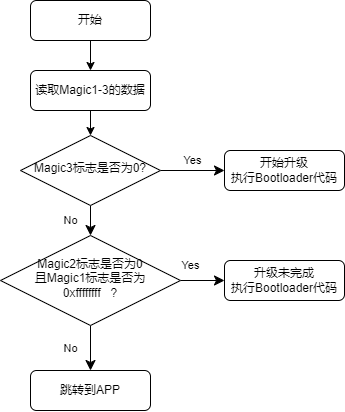
Aladdin-Wang/MicroBoot keeps this draw.io diagram as docs/images/NewUpada.png. Above is the earlier version. Source tidied: cells renumbered, new cells last; positions are measured from the earlier drawing's top-left corner, leaving out a move shared by most shapes. Its diagram source:
```xml
<mxGraphModel>
  <root>
    <mxCell id="0" />
    <mxCell id="1" parent="0" />
    <mxCell id="2" style="edgeStyle=orthogonalEdgeStyle;rounded=0;jettySize=auto;html=1;" parent="1" edge="1" source="3" target="14">
      <mxGeometry relative="1" as="geometry" />
    </mxCell>
    <mxCell id="3" value="开始" style="rounded=1;whiteSpace=wrap;html=1;fontSize=12;glass=0;strokeWidth=1;shadow=0;" parent="1" vertex="1">
      <mxGeometry x="30" width="120" height="40" as="geometry" />
    </mxCell>
    <mxCell id="4" value="No" style="rounded=0;html=1;jettySize=auto;fontSize=11;endArrow=classic;endFill=1;endSize=8;strokeWidth=1;shadow=0;labelBackgroundColor=none;edgeStyle=orthogonalEdgeStyle;" parent="1" edge="1" source="6" target="10">
      <mxGeometry y="20" relative="1" as="geometry" />
    </mxCell>
    <mxCell id="5" value="Yes" style="edgeStyle=orthogonalEdgeStyle;rounded=0;html=1;jettySize=auto;fontSize=11;endArrow=classic;endFill=1;endSize=8;strokeWidth=1;shadow=0;labelBackgroundColor=none;" parent="1" edge="1" source="6" target="7">
      <mxGeometry x="-0.01" y="10" relative="1" as="geometry" />
    </mxCell>
    <mxCell id="6" value="Magic3标志是否为0?" style="rhombus;whiteSpace=wrap;html=1;shadow=0;fontFamily=Helvetica;fontSize=12;align=center;strokeWidth=1;spacing=6;spacingTop=-4;" parent="1" vertex="1">
      <mxGeometry x="20" y="135" width="140" height="70" as="geometry" />
    </mxCell>
    <mxCell id="7" value="&lt;div&gt;开始升级&lt;/div&gt;执行Bootloader代码" style="rounded=1;whiteSpace=wrap;html=1;fontSize=12;glass=0;strokeWidth=1;shadow=0;" parent="1" vertex="1">
      <mxGeometry x="224" y="150" width="120" height="40" as="geometry" />
    </mxCell>
    <mxCell id="8" value="No" style="rounded=0;html=1;jettySize=auto;fontSize=11;endArrow=classic;endFill=1;endSize=8;strokeWidth=1;shadow=0;labelBackgroundColor=none;edgeStyle=orthogonalEdgeStyle;" parent="1" edge="1" source="10" target="11">
      <mxGeometry y="-20" relative="1" as="geometry" />
    </mxCell>
    <mxCell id="9" value="Yes" style="edgeStyle=orthogonalEdgeStyle;rounded=0;html=1;jettySize=auto;fontSize=11;endArrow=classic;endFill=1;endSize=8;strokeWidth=1;shadow=0;labelBackgroundColor=none;" parent="1" edge="1" source="10" target="12">
      <mxGeometry x="-0.55" y="15" relative="1" as="geometry" />
    </mxCell>
    <mxCell id="10" value="Magic2标志是否为0&lt;div style=&quot;&quot;&gt;且Magic1标志是否为&lt;br&gt;&lt;/div&gt;&lt;div style=&quot;&quot;&gt;0xffffffff&amp;nbsp; &amp;nbsp;?&lt;/div&gt;" style="rhombus;whiteSpace=wrap;html=1;shadow=0;fontFamily=Helvetica;fontSize=12;align=center;strokeWidth=1;spacing=6;spacingTop=-4;" parent="1" vertex="1">
      <mxGeometry y="235" width="180" height="90" as="geometry" />
    </mxCell>
    <mxCell id="11" value="跳转到APP" style="rounded=1;whiteSpace=wrap;html=1;fontSize=12;glass=0;strokeWidth=1;shadow=0;" parent="1" vertex="1">
      <mxGeometry x="30" y="370" width="120" height="40" as="geometry" />
    </mxCell>
    <mxCell id="12" value="&lt;div&gt;升级未完成&lt;/div&gt;执行Bootloader代码" style="rounded=1;whiteSpace=wrap;html=1;fontSize=12;glass=0;strokeWidth=1;shadow=0;" parent="1" vertex="1">
      <mxGeometry x="224" y="260" width="120" height="40" as="geometry" />
    </mxCell>
    <mxCell id="13" style="edgeStyle=orthogonalEdgeStyle;rounded=0;jettySize=auto;html=1;" parent="1" edge="1" source="14" target="6">
      <mxGeometry relative="1" as="geometry" />
    </mxCell>
    <mxCell id="14" value="读取Magic1-3的数据" style="rounded=1;whiteSpace=wrap;html=1;fontSize=12;glass=0;strokeWidth=1;shadow=0;" parent="1" vertex="1">
      <mxGeometry x="30" y="70" width="120" height="40" as="geometry" />
    </mxCell>
  </root>
</mxGraphModel>
```
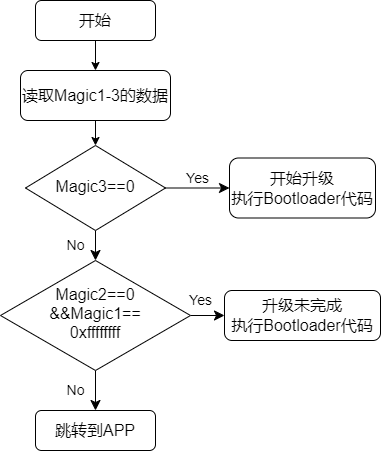
Later version of the same file.

What changed in the source:
```diff
@@ -5,41 +5,41 @@
     <mxCell id="2" style="edgeStyle=orthogonalEdgeStyle;rounded=0;jettySize=auto;html=1;" parent="1" edge="1" source="3" target="14">
       <mxGeometry relative="1" as="geometry" />
     </mxCell>
-    <mxCell id="3" value="开始" style="rounded=1;whiteSpace=wrap;html=1;fontSize=12;glass=0;strokeWidth=1;shadow=0;" parent="1" vertex="1">
-      <mxGeometry x="30" width="120" height="40" as="geometry" />
+    <mxCell id="3" value="&lt;font style=&quot;font-size: 16px;&quot;&gt;开始&lt;/font&gt;" style="rounded=1;whiteSpace=wrap;html=1;fontSize=12;glass=0;strokeWidth=1;shadow=0;" parent="1" vertex="1">
+      <mxGeometry x="30" y="-10" width="120" height="40" as="geometry" />
     </mxCell>
-    <mxCell id="4" value="No" style="rounded=0;html=1;jettySize=auto;fontSize=11;endArrow=classic;endFill=1;endSize=8;strokeWidth=1;shadow=0;labelBackgroundColor=none;edgeStyle=orthogonalEdgeStyle;" parent="1" edge="1" source="6" target="10">
+    <mxCell id="4" value="&lt;font style=&quot;font-size: 14px;&quot;&gt;No&lt;/font&gt;" style="rounded=0;html=1;jettySize=auto;fontSize=11;endArrow=classic;endFill=1;endSize=8;strokeWidth=1;shadow=0;labelBackgroundColor=none;edgeStyle=orthogonalEdgeStyle;" parent="1" edge="1" source="6" target="10">
       <mxGeometry y="20" relative="1" as="geometry" />
     </mxCell>
-    <mxCell id="5" value="Yes" style="edgeStyle=orthogonalEdgeStyle;rounded=0;html=1;jettySize=auto;fontSize=11;endArrow=classic;endFill=1;endSize=8;strokeWidth=1;shadow=0;labelBackgroundColor=none;" parent="1" edge="1" source="6" target="7">
+    <mxCell id="5" value="&lt;font style=&quot;font-size: 14px;&quot;&gt;Yes&lt;/font&gt;" style="edgeStyle=orthogonalEdgeStyle;rounded=0;html=1;jettySize=auto;fontSize=11;endArrow=classic;endFill=1;endSize=8;strokeWidth=1;shadow=0;labelBackgroundColor=none;" parent="1" edge="1" source="6" target="7">
       <mxGeometry x="-0.01" y="10" relative="1" as="geometry" />
     </mxCell>
-    <mxCell id="6" value="Magic3标志是否为0?" style="rhombus;whiteSpace=wrap;html=1;shadow=0;fontFamily=Helvetica;fontSize=12;align=center;strokeWidth=1;spacing=6;spacingTop=-4;" parent="1" vertex="1">
-      <mxGeometry x="20" y="135" width="140" height="70" as="geometry" />
+    <mxCell id="6" value="&lt;font style=&quot;font-size: 16px;&quot;&gt;Magic3==0&lt;/font&gt;" style="rhombus;whiteSpace=wrap;html=1;shadow=0;fontFamily=Helvetica;fontSize=12;align=center;strokeWidth=1;spacing=6;spacingTop=-4;" parent="1" vertex="1">
+      <mxGeometry x="20" y="135" width="140" height="85" as="geometry" />
     </mxCell>
-    <mxCell id="7" value="&lt;div&gt;开始升级&lt;/div&gt;执行Bootloader代码" style="rounded=1;whiteSpace=wrap;html=1;fontSize=12;glass=0;strokeWidth=1;shadow=0;" parent="1" vertex="1">
-      <mxGeometry x="224" y="150" width="120" height="40" as="geometry" />
+    <mxCell id="7" value="&lt;div style=&quot;font-size: 16px;&quot;&gt;&lt;font style=&quot;font-size: 16px;&quot;&gt;开始升级&lt;/font&gt;&lt;/div&gt;&lt;font style=&quot;font-size: 16px;&quot;&gt;执行Bootloader代码&lt;/font&gt;" style="rounded=1;whiteSpace=wrap;html=1;fontSize=12;glass=0;strokeWidth=1;shadow=0;" parent="1" vertex="1">
+      <mxGeometry x="224" y="147.5" width="146" height="60" as="geometry" />
     </mxCell>
-    <mxCell id="8" value="No" style="rounded=0;html=1;jettySize=auto;fontSize=11;endArrow=classic;endFill=1;endSize=8;strokeWidth=1;shadow=0;labelBackgroundColor=none;edgeStyle=orthogonalEdgeStyle;" parent="1" edge="1" source="10" target="11">
+    <mxCell id="8" value="&lt;font style=&quot;font-size: 14px;&quot;&gt;No&lt;/font&gt;" style="rounded=0;html=1;jettySize=auto;fontSize=11;endArrow=classic;endFill=1;endSize=8;strokeWidth=1;shadow=0;labelBackgroundColor=none;edgeStyle=orthogonalEdgeStyle;" parent="1" edge="1" source="10" target="11">
       <mxGeometry y="-20" relative="1" as="geometry" />
     </mxCell>
-    <mxCell id="9" value="Yes" style="edgeStyle=orthogonalEdgeStyle;rounded=0;html=1;jettySize=auto;fontSize=11;endArrow=classic;endFill=1;endSize=8;strokeWidth=1;shadow=0;labelBackgroundColor=none;" parent="1" edge="1" source="10" target="12">
+    <mxCell id="9" value="&lt;font style=&quot;font-size: 14px;&quot;&gt;Yes&lt;/font&gt;" style="edgeStyle=orthogonalEdgeStyle;rounded=0;html=1;jettySize=auto;fontSize=11;endArrow=classic;endFill=1;endSize=8;strokeWidth=1;shadow=0;labelBackgroundColor=none;" parent="1" edge="1" source="10" target="12">
       <mxGeometry x="-0.55" y="15" relative="1" as="geometry" />
     </mxCell>
-    <mxCell id="10" value="Magic2标志是否为0&lt;div style=&quot;&quot;&gt;且Magic1标志是否为&lt;br&gt;&lt;/div&gt;&lt;div style=&quot;&quot;&gt;0xffffffff&amp;nbsp; &amp;nbsp;?&lt;/div&gt;" style="rhombus;whiteSpace=wrap;html=1;shadow=0;fontFamily=Helvetica;fontSize=12;align=center;strokeWidth=1;spacing=6;spacingTop=-4;" parent="1" vertex="1">
-      <mxGeometry y="235" width="180" height="90" as="geometry" />
+    <mxCell id="10" value="&lt;font style=&quot;font-size: 16px;&quot;&gt;Magic2==0&lt;/font&gt;&lt;div style=&quot;font-size: 16px;&quot;&gt;&lt;font style=&quot;font-size: 16px;&quot;&gt;&amp;amp;&amp;amp;Magic1==&lt;br&gt;&lt;/font&gt;&lt;/div&gt;&lt;div style=&quot;font-size: 16px;&quot;&gt;&lt;font style=&quot;font-size: 16px;&quot;&gt;0xffffffff&lt;/font&gt;&lt;/div&gt;" style="rhombus;whiteSpace=wrap;html=1;shadow=0;fontFamily=Helvetica;fontSize=12;align=center;strokeWidth=1;spacing=6;spacingTop=-4;" parent="1" vertex="1">
+      <mxGeometry x="-5" y="250" width="190" height="110" as="geometry" />
     </mxCell>
-    <mxCell id="11" value="跳转到APP" style="rounded=1;whiteSpace=wrap;html=1;fontSize=12;glass=0;strokeWidth=1;shadow=0;" parent="1" vertex="1">
-      <mxGeometry x="30" y="370" width="120" height="40" as="geometry" />
+    <mxCell id="11" value="&lt;font style=&quot;font-size: 16px;&quot;&gt;跳转到APP&lt;/font&gt;" style="rounded=1;whiteSpace=wrap;html=1;fontSize=12;glass=0;strokeWidth=1;shadow=0;" parent="1" vertex="1">
+      <mxGeometry x="30" y="400" width="120" height="40" as="geometry" />
     </mxCell>
-    <mxCell id="12" value="&lt;div&gt;升级未完成&lt;/div&gt;执行Bootloader代码" style="rounded=1;whiteSpace=wrap;html=1;fontSize=12;glass=0;strokeWidth=1;shadow=0;" parent="1" vertex="1">
-      <mxGeometry x="224" y="260" width="120" height="40" as="geometry" />
+    <mxCell id="12" value="&lt;div style=&quot;font-size: 16px;&quot;&gt;&lt;font style=&quot;font-size: 16px;&quot;&gt;升级未完成&lt;/font&gt;&lt;/div&gt;&lt;font style=&quot;font-size: 16px;&quot;&gt;执行Bootloader代码&lt;/font&gt;" style="rounded=1;whiteSpace=wrap;html=1;fontSize=12;glass=0;strokeWidth=1;shadow=0;" parent="1" vertex="1">
+      <mxGeometry x="219" y="280" width="156" height="50" as="geometry" />
     </mxCell>
     <mxCell id="13" style="edgeStyle=orthogonalEdgeStyle;rounded=0;jettySize=auto;html=1;" parent="1" edge="1" source="14" target="6">
       <mxGeometry relative="1" as="geometry" />
     </mxCell>
-    <mxCell id="14" value="读取Magic1-3的数据" style="rounded=1;whiteSpace=wrap;html=1;fontSize=12;glass=0;strokeWidth=1;shadow=0;" parent="1" vertex="1">
-      <mxGeometry x="30" y="70" width="120" height="40" as="geometry" />
+    <mxCell id="14" value="&lt;font style=&quot;font-size: 16px;&quot;&gt;读取Magic1-3的数据&lt;/font&gt;" style="rounded=1;whiteSpace=wrap;html=1;fontSize=12;glass=0;strokeWidth=1;shadow=0;" parent="1" vertex="1">
+      <mxGeometry x="15" y="60" width="150" height="50" as="geometry" />
     </mxCell>
   </root>
 </mxGraphModel>
```
